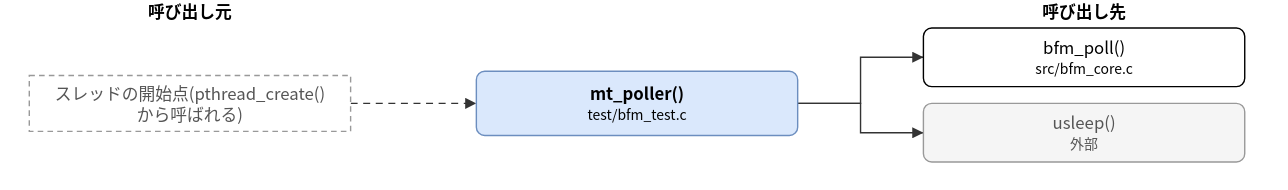
hf355051012-ai/bfmem keeps this draw.io diagram as doc/spec/images/call_test_bfm_test-mt_poller.drawio.svg. Above is the earlier version. Source tidied: cells renumbered, new cells last; positions are measured from the earlier drawing's top-left corner, leaving out a move shared by most shapes.
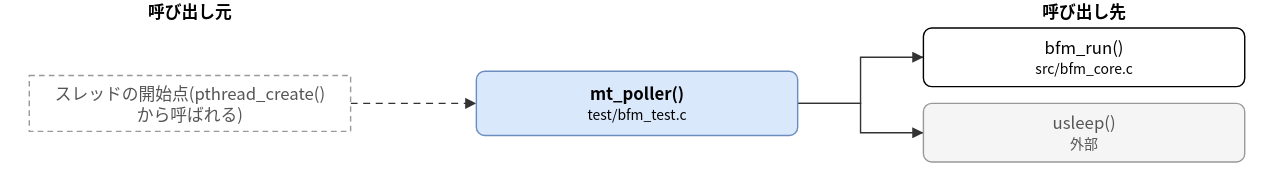
After the change.

Diff of the diagram source:
```diff
@@ -5,7 +5,7 @@
     <mxCell id="2" value="mt_poller()&lt;br&gt;&lt;font style=&quot;font-size:10px&quot;&gt;test/bfm_test.c&lt;/font&gt;" style="rounded=1;whiteSpace=wrap;html=1;fillColor=#dae8fc;strokeColor=#6c8ebf;fontStyle=1;" parent="1" vertex="1">
       <mxGeometry x="320" y="51" width="230" height="46" as="geometry" />
     </mxCell>
-    <mxCell id="3" value="bfm_poll()&lt;br&gt;&lt;font style=&quot;font-size:10px&quot;&gt;src/bfm_core.c&lt;/font&gt;" style="rounded=1;whiteSpace=wrap;html=1;" parent="1" vertex="1">
+    <mxCell id="3" value="bfm_run()&lt;br&gt;&lt;font style=&quot;font-size:10px&quot;&gt;src/bfm_core.c&lt;/font&gt;" style="rounded=1;whiteSpace=wrap;html=1;" parent="1" vertex="1">
       <mxGeometry x="640" y="20" width="230" height="42" as="geometry" />
     </mxCell>
     <mxCell id="4" value="usleep()&lt;br&gt;&lt;font style=&quot;font-size:10px&quot;&gt;外部&lt;/font&gt;" style="rounded=1;whiteSpace=wrap;html=1;fillColor=#f5f5f5;strokeColor=#999999;fontColor=#555555;" parent="1" vertex="1">
```
